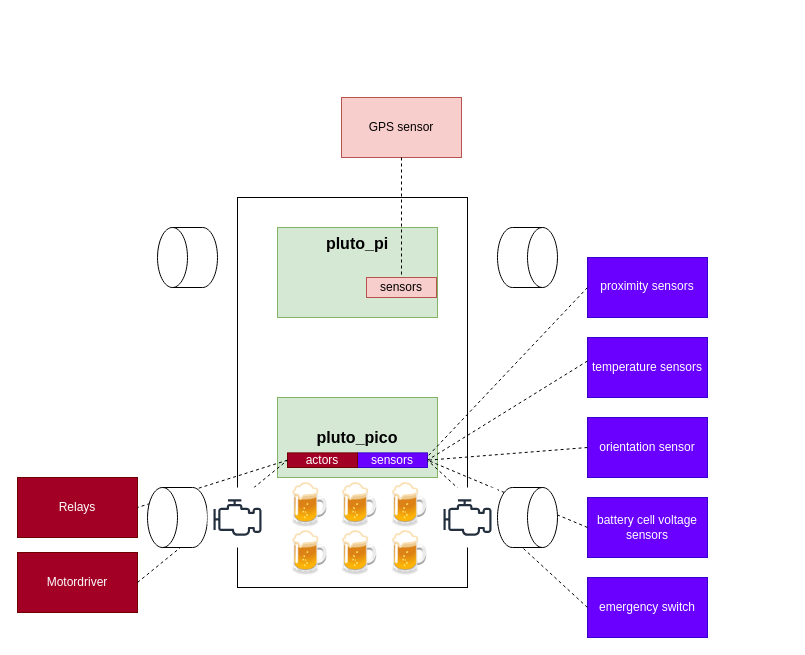
This is page "Pluto_ros" (1 of 3) of docs/pluto_pico.drawio from jruelli/pluto_docu, a draw.io file, before an edit. Source tidied: cells renumbered, new cells numbered last; positions are measured from the earlier drawing's top-left corner, leaving out a move shared by most shapes. Both pictures are drawn from the tidied source at 100%, with x=0, y=0 at pixel (17, 97).
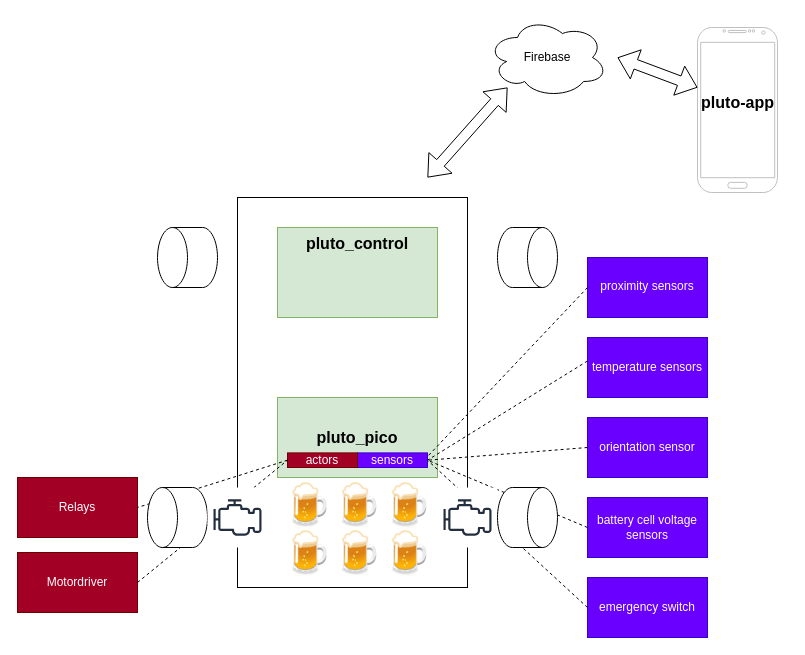
Above is the later version.

The edit, as a diff of the source:
```diff
@@
-    <mxCell id="8" style="group;fillColor=#d5e8d4;strokeColor=#82b366;fontStyle=1;" parent="1" vertex="1">
+    <mxCell id="8" style="group;fillColor=#FF66B3;strokeColor=#82b366;fontStyle=1;" parent="1" vertex="1">
       <mxGeometry x="260" y="130" width="160" height="90" as="geometry" />
     </mxCell>
@@
-    <mxCell id="10" value="&lt;b&gt;&lt;font style=&quot;font-size: 16px&quot;&gt;pluto_pi&lt;/font&gt;&lt;/b&gt;" style="rounded=0;whiteSpace=wrap;html=1;fontSize=12;fillColor=#d5e8d4;strokeColor=#82b366;verticalAlign=top;" parent="8" vertex="1">
+    <mxCell id="10" value="&lt;b&gt;&lt;font style=&quot;font-size: 16px&quot;&gt;pluto_control&lt;/font&gt;&lt;/b&gt;" style="rounded=0;whiteSpace=wrap;html=1;fontSize=12;fillColor=#d5e8d4;strokeColor=#82b366;verticalAlign=top;" parent="8" vertex="1">
       <mxGeometry width="160" height="90" as="geometry" />
     </mxCell>
-    <mxCell id="11" value="sensors" style="rounded=0;whiteSpace=wrap;html=1;fontSize=12;fillColor=#f8cecc;strokeColor=#b85450;" parent="8" vertex="1">
-      <mxGeometry x="89" y="50" width="70" height="20" as="geometry" />
-    </mxCell>
@@
-    <mxCell id="36" value="GPS sensor" style="rounded=0;whiteSpace=wrap;html=1;fillColor=#f8cecc;strokeColor=#b85450;" parent="1" vertex="1">
-      <mxGeometry x="324" width="120" height="60" as="geometry" />
-    </mxCell>
-    <mxCell id="37" style="endArrow=none;html=1;rounded=0;entryX=0.5;entryY=0;entryDx=0;entryDy=0;exitX=0.5;exitY=1;exitDx=0;exitDy=0;dashed=1;" parent="1" edge="1" source="36" target="11">
-      <mxGeometry relative="1" as="geometry" />
-    </mxCell>
+    <mxCell id="38" value="Firebase" style="ellipse;shape=cloud;whiteSpace=wrap;html=1;" parent="1" vertex="1">
+      <mxGeometry x="470" y="-80" width="120" height="80" as="geometry" />
+    </mxCell>
+    <mxCell id="39" style="shape=flexArrow;endArrow=classic;startArrow=classic;html=1;rounded=0;" parent="1" edge="1">
+      <mxGeometry relative="1" as="geometry">
+        <mxPoint x="410" y="80" as="sourcePoint" />
+        <mxPoint x="490" y="-10" as="targetPoint" />
+      </mxGeometry>
+    </mxCell>
+    <mxCell id="40" style="verticalLabelPosition=bottom;verticalAlign=top;html=1;shadow=0;dashed=0;strokeWidth=1;shape=mxgraph.android.phone2;strokeColor=#c0c0c0;" parent="1" vertex="1">
+      <mxGeometry x="680" y="-70" width="80" height="165" as="geometry" />
+    </mxCell>
+    <mxCell id="41" style="shape=flexArrow;endArrow=classic;startArrow=classic;html=1;rounded=0;" parent="1" edge="1">
+      <mxGeometry relative="1" as="geometry">
+        <mxPoint x="680" y="-10" as="sourcePoint" />
+        <mxPoint x="600" y="-40" as="targetPoint" />
+      </mxGeometry>
+    </mxCell>
+    <mxCell id="42" value="&lt;b&gt;&lt;font style=&quot;font-size: 16px;&quot;&gt;pluto-app&lt;/font&gt;&lt;/b&gt;" style="text;html=1;align=center;verticalAlign=middle;strokeColor=none;fillColor=none;" parent="1" vertex="1">
+      <mxGeometry x="670" y="-10" width="100" height="30" as="geometry" />
+    </mxCell>
```
